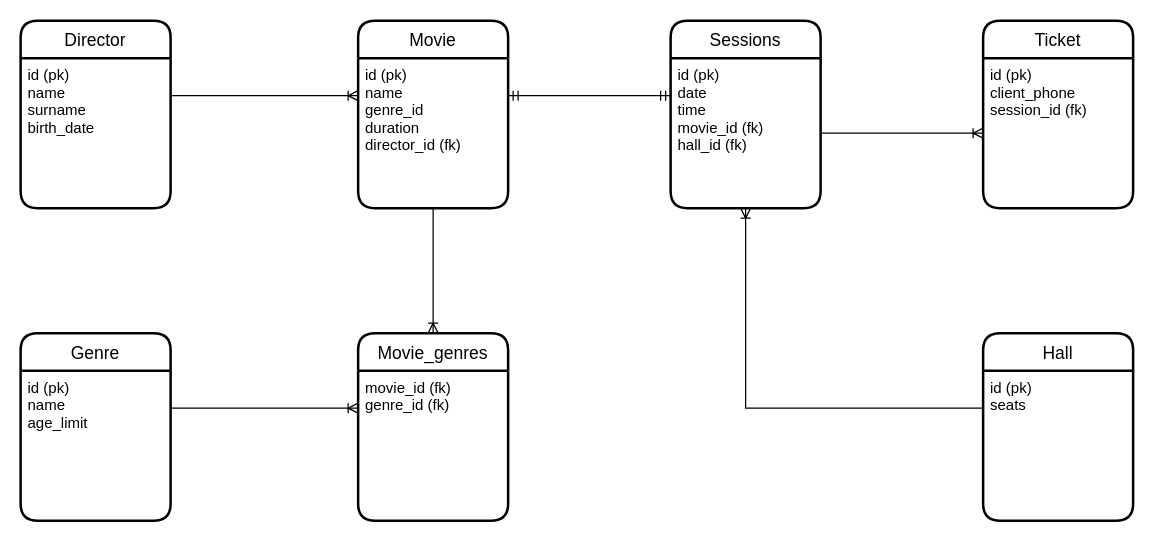
Before: page "Кинотеатр" (2 of 2) of part1/homework4.drawio in Kolesa-Education/kolesa-upgrade-homework-4, a draw.io diagram. Source tidied: cells renumbered, new cells numbered last; positions are measured from the earlier drawing's top-left corner, leaving out a move shared by most shapes. Both pictures are drawn from the tidied source at 125%, with x=0, y=0 at pixel (20, 20).
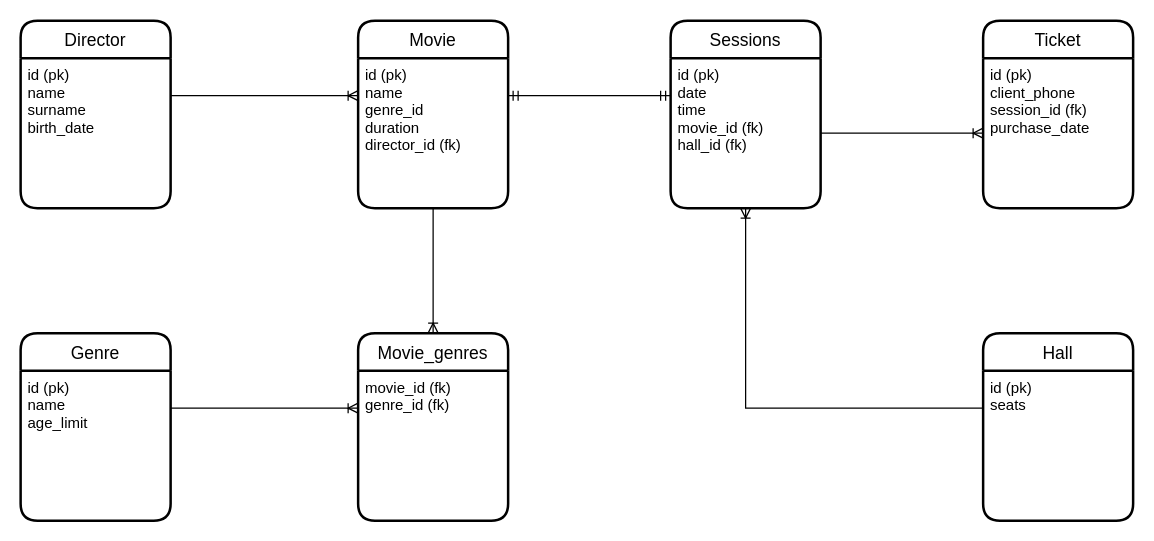
The same diagram, later.

Unchanged cells that the change refers to:
```xml
<mxCell id="2" value="Ticket" style="swimlane;horizontal=1;startSize=30;rounded=1;fontSize=14;fontStyle=0;strokeWidth=2;shadow=0;dashed=0;align=center;" parent="1" vertex="1">
  <mxGeometry x="770" width="120" height="150" as="geometry" />
</mxCell>
<mxCell id="9" value="id (pk)&#10;date&#10;time&#10;movie_id (fk)&#10;hall_id (fk)&#10;" style="align=left;strokeColor=none;fillColor=none;spacingLeft=4;fontSize=12;verticalAlign=top;" parent="8" vertex="1">
  <mxGeometry y="30" width="120" height="120" as="geometry" />
</mxCell>
```

What changed in the source:
```diff
@@
-    <mxCell id="3" value="id (pk)&#10;client_phone&#10;session_id (fk)&#10;" style="align=left;strokeColor=none;fillColor=none;spacingLeft=4;fontSize=12;verticalAlign=top;" parent="2" vertex="1">
+    <mxCell id="3" value="id (pk)&#10;client_phone&#10;session_id (fk)&#10;purchase_date&#10;" style="align=left;strokeColor=none;fillColor=none;spacingLeft=4;fontSize=12;verticalAlign=top;" parent="2" vertex="1">
       <mxGeometry y="30" width="120" height="120" as="geometry" />
     </mxCell>
@@
     <mxCell id="20" style="edgeStyle=orthogonalEdgeStyle;fontSize=12;html=1;endArrow=ERoneToMany;rounded=0;entryX=0;entryY=0.5;entryDx=0;entryDy=0;exitX=1;exitY=0.5;exitDx=0;exitDy=0;" parent="1" edge="1" source="9" target="3">
       <mxGeometry relative="1" as="geometry">
         <Array as="points">
-          <mxPoint x="740" y="90" />
-          <mxPoint x="740" y="90" />
+          <mxPoint x="690" y="90" />
+          <mxPoint x="690" y="90" />
         </Array>
       </mxGeometry>
     </mxCell>
```
